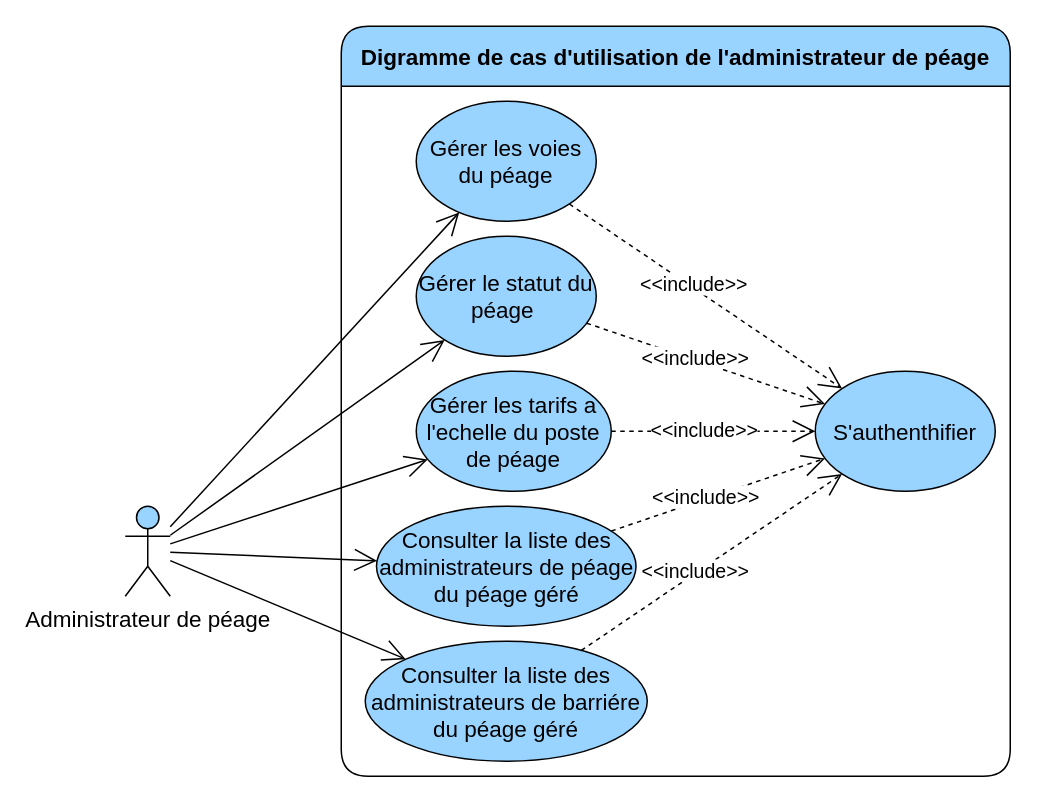
This is page "general" (1 of 4) of diagrams/use-case/administrateur-de-peage.drawio from devlotfi/peage-pay, a draw.io file, before an edit. Source tidied: cells renumbered, new cells numbered last; positions are measured from the earlier drawing's top-left corner, leaving out a move shared by most shapes. Both pictures are drawn from the tidied source at 150%, with x=0, y=0 at pixel (124, 26).
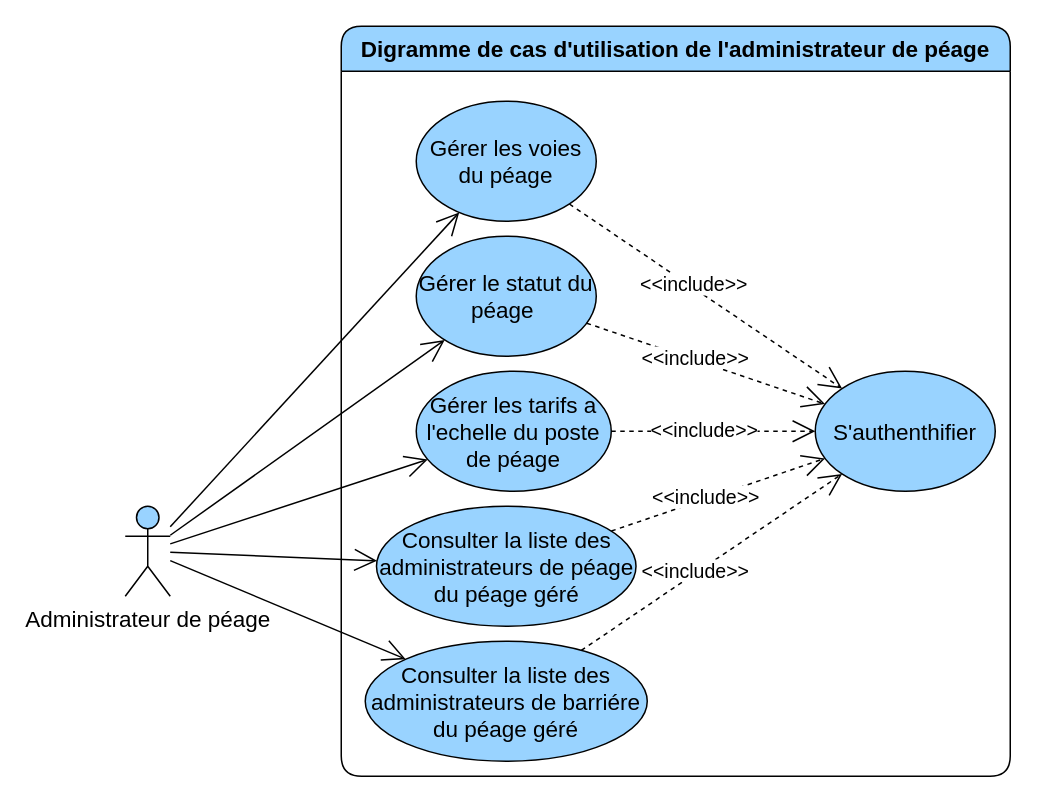
The same diagram, later.

The edit, as a diff of the source:
```diff
@@
-    <mxCell id="2" value="Digramme de cas d'utilisation de l'administrateur de péage" style="swimlane;whiteSpace=wrap;html=1;rounded=1;fillColor=#99D3FF;fontSize=15;startSize=40;" parent="1" vertex="1">
+    <mxCell id="2" value="Digramme de cas d'utilisation de l'administrateur de péage" style="swimlane;whiteSpace=wrap;html=1;rounded=1;fillColor=#99D3FF;fontSize=15;startSize=30;" parent="1" vertex="1">
       <mxGeometry x="144" width="446" height="500" as="geometry" />
     </mxCell>
```
